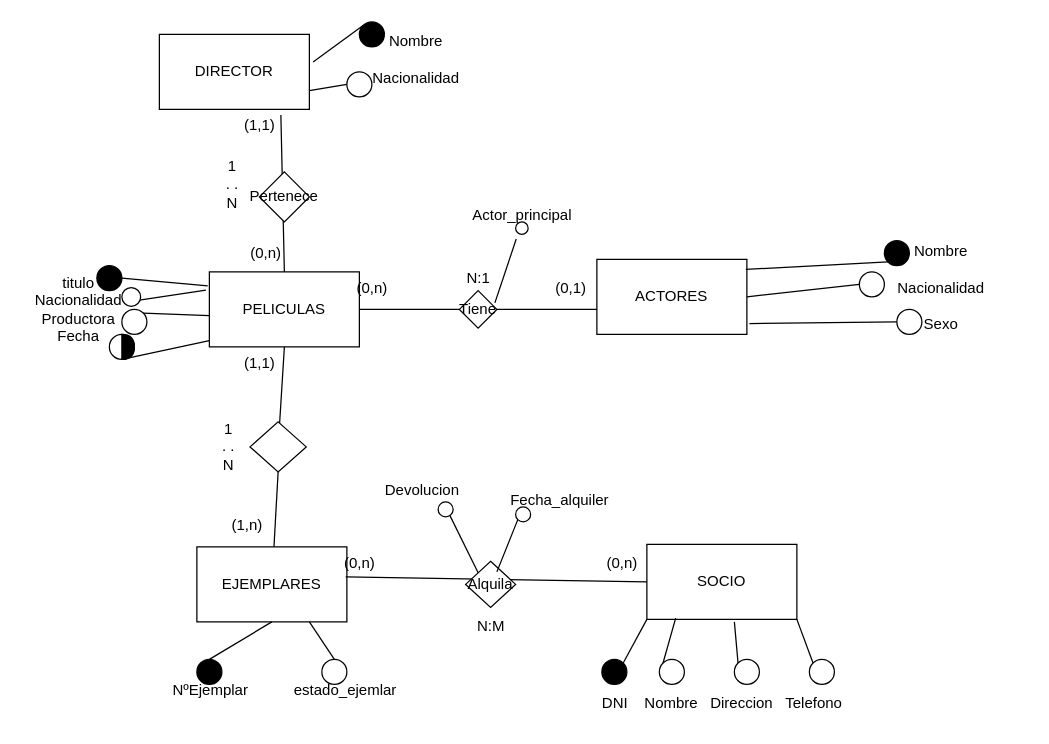
Earlier version of the draw.io diagram 2.14.drawio (rubensp2811/BBDD). Source tidied: cells renumbered, new cells numbered last; positions are measured from the earlier drawing's top-left corner, leaving out a move shared by most shapes. Both pictures are drawn from the tidied source at 125%, with x=0, y=0 at pixel (21, 21).
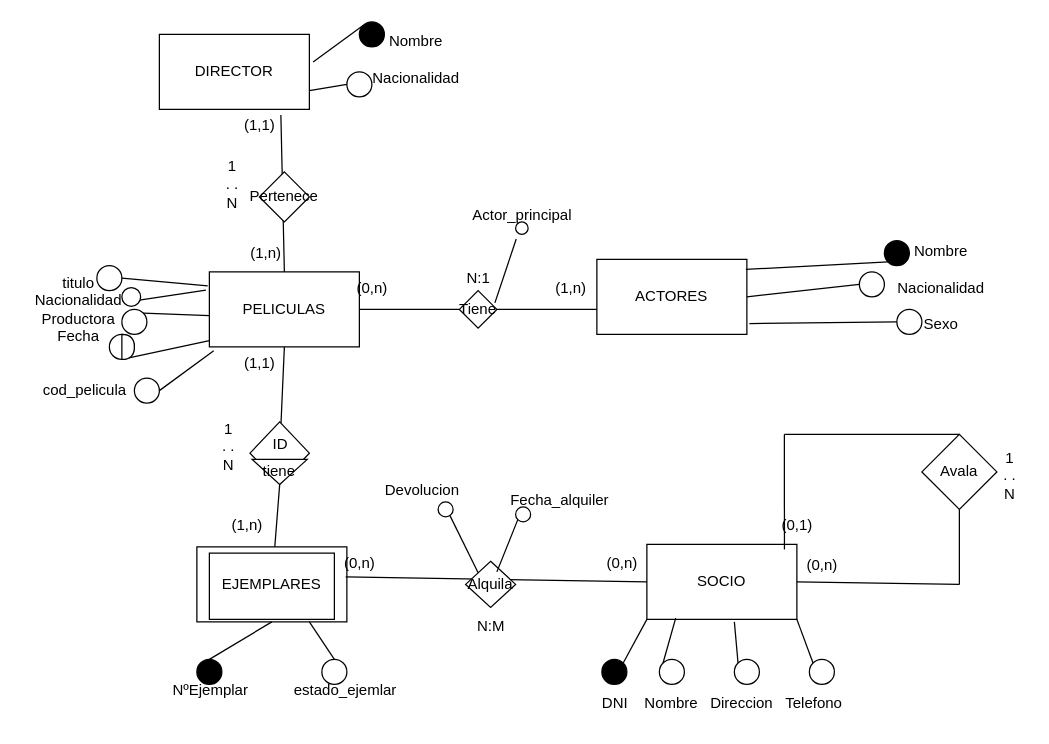
After the change.

Unchanged cells that the change refers to:
```xml
<mxCell id="2" value="PELICULAS" style="whiteSpace=wrap;html=1;" parent="1" vertex="1">
  <mxGeometry x="150" y="200" width="120" height="60" as="geometry" />
</mxCell>
<mxCell id="5" value="SOCIO" style="whiteSpace=wrap;html=1;" parent="1" vertex="1">
  <mxGeometry x="500" y="418" width="120" height="60" as="geometry" />
</mxCell>
```

Diff of the diagram source:
```diff
@@
-    <mxCell id="9" style="ellipse;whiteSpace=wrap;html=1;strokeColor=#000000;fillColor=#000000;" parent="1" vertex="1">
+    <mxCell id="9" style="ellipse;whiteSpace=wrap;html=1;strokeColor=#000000;fillColor=#FFFFFF;" parent="1" vertex="1">
       <mxGeometry x="60" y="195" width="20" height="20" as="geometry" />
     </mxCell>
@@
-    <mxCell id="16" style="shape=or;whiteSpace=wrap;html=1;fillColor=#000000;" parent="1" vertex="1">
+    <mxCell id="16" style="shape=or;whiteSpace=wrap;html=1;fillColor=#FFFFFF;" parent="1" vertex="1">
       <mxGeometry x="80" y="250" width="10" height="20" as="geometry" />
     </mxCell>
@@
-    <mxCell id="31" value="(0,1)" style="text;html=1;align=center;verticalAlign=middle;strokeColor=none;fillColor=none;" parent="1" vertex="1">
+    <mxCell id="31" value="(1,n)" style="text;html=1;align=center;verticalAlign=middle;strokeColor=none;fillColor=none;" parent="1" vertex="1">
       <mxGeometry x="414" y="198" width="50" height="30" as="geometry" />
     </mxCell>
@@
-    <mxCell id="40" value="(0,n)" style="text;html=1;align=center;verticalAlign=middle;strokeColor=none;fillColor=none;" parent="1" vertex="1">
+    <mxCell id="40" value="(1,n)" style="text;html=1;align=center;verticalAlign=middle;strokeColor=none;fillColor=none;" parent="1" vertex="1">
       <mxGeometry x="170" y="170" width="50" height="30" as="geometry" />
     </mxCell>
@@
-    <mxCell id="50" style="rhombus;whiteSpace=wrap;html=1;" parent="1" vertex="1">
-      <mxGeometry x="182.5" y="320" width="45" height="40" as="geometry" />
+    <mxCell id="50" value="ID&lt;div&gt;&lt;br&gt;&lt;/div&gt;" style="rhombus;whiteSpace=wrap;html=1;" parent="1" vertex="1">
+      <mxGeometry x="182.5" y="320" width="47.5" height="50" as="geometry" />
     </mxCell>
@@
+    <mxCell id="74" value="cod_pelicula" style="text;html=1;align=center;verticalAlign=middle;strokeColor=none;fillColor=none;" parent="1" vertex="1">
+      <mxGeometry x="5" y="280" width="90" height="30" as="geometry" />
+    </mxCell>
+    <mxCell id="75" style="ellipse;whiteSpace=wrap;html=1;" parent="1" vertex="1">
+      <mxGeometry x="90" y="285" width="20" height="20" as="geometry" />
+    </mxCell>
+    <mxCell id="76" style="endArrow=none;html=1;rounded=0;entryX=0.029;entryY=1.052;entryDx=0;entryDy=0;entryPerimeter=0;exitX=1;exitY=0.5;exitDx=0;exitDy=0;" parent="1" edge="1" source="75" target="2">
+      <mxGeometry relative="1" as="geometry" />
+    </mxCell>
+    <mxCell id="77" style="whiteSpace=wrap;html=1;fillColor=none;" parent="1" vertex="1">
+      <mxGeometry x="150" y="425" width="100" height="53" as="geometry" />
+    </mxCell>
+    <mxCell id="78" style="endArrow=none;html=1;rounded=0;exitX=0.917;exitY=0.067;exitDx=0;exitDy=0;exitPerimeter=0;" parent="1" edge="1" source="5">
+      <mxGeometry relative="1" as="geometry">
+        <mxPoint x="610" y="330" as="targetPoint" />
+      </mxGeometry>
+    </mxCell>
+    <mxCell id="79" style="endArrow=none;html=1;rounded=0;" parent="1" edge="1">
+      <mxGeometry relative="1" as="geometry">
+        <mxPoint x="610" y="330" as="sourcePoint" />
+        <mxPoint x="750" y="330" as="targetPoint" />
+      </mxGeometry>
+    </mxCell>
+    <mxCell id="80" value="Avala" style="rhombus;whiteSpace=wrap;html=1;" parent="1" vertex="1">
+      <mxGeometry x="720" y="330" width="60" height="60" as="geometry" />
+    </mxCell>
+    <mxCell id="81" style="endArrow=none;html=1;rounded=0;exitX=1;exitY=0.5;exitDx=0;exitDy=0;" parent="1" edge="1" source="5">
+      <mxGeometry relative="1" as="geometry">
+        <mxPoint x="750" y="450" as="targetPoint" />
+      </mxGeometry>
+    </mxCell>
+    <mxCell id="82" style="endArrow=none;html=1;rounded=0;" parent="1" edge="1" target="80">
+      <mxGeometry relative="1" as="geometry">
+        <mxPoint x="750" y="450" as="sourcePoint" />
+      </mxGeometry>
+    </mxCell>
+    <mxCell id="83" value="tiene" style="triangle;whiteSpace=wrap;html=1;direction=south;" parent="1" vertex="1">
+      <mxGeometry x="184.2" y="350" width="44.1" height="20" as="geometry" />
+    </mxCell>
+    <mxCell id="84" value="(0,n)" style="text;html=1;align=center;verticalAlign=middle;strokeColor=none;fillColor=none;" parent="1" vertex="1">
+      <mxGeometry x="615" y="420" width="50" height="30" as="geometry" />
+    </mxCell>
+    <mxCell id="85" value="(0,1)" style="text;html=1;align=center;verticalAlign=middle;strokeColor=none;fillColor=none;" parent="1" vertex="1">
+      <mxGeometry x="595" y="388" width="50" height="30" as="geometry" />
+    </mxCell>
+    <mxCell id="86" value="1&lt;div&gt;. .&lt;/div&gt;&lt;div&gt;N&lt;/div&gt;" style="text;html=1;align=center;verticalAlign=middle;strokeColor=none;fillColor=none;" parent="1" vertex="1">
+      <mxGeometry x="775" y="333" width="30" height="60" as="geometry" />
+    </mxCell>
```
